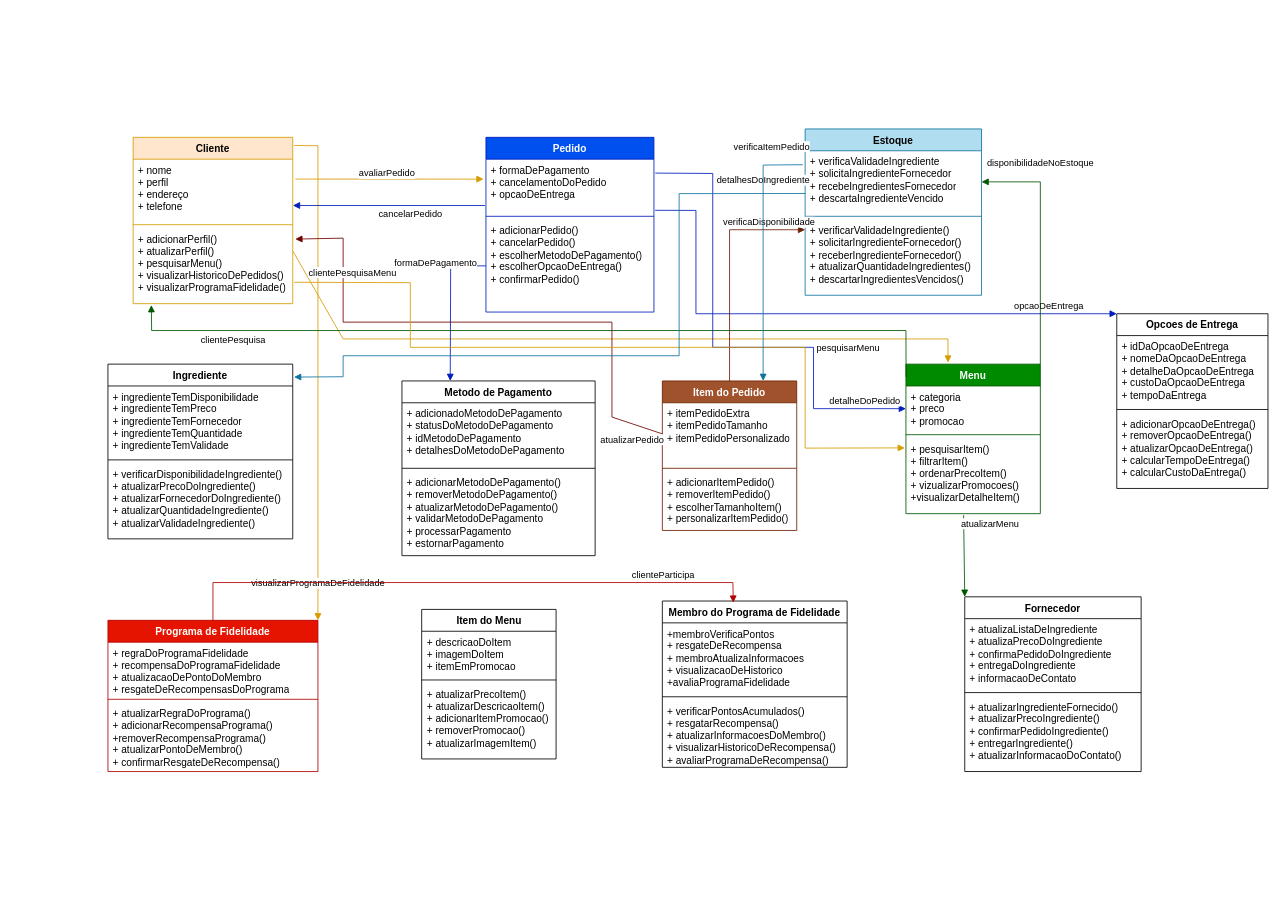
JORGEMELO21/StarupSequencial keeps this draw.io diagram as DiagramaDeClasses.drawio. Above is the earlier version. Source tidied: cells renumbered, new cells numbered last; positions are measured from the earlier drawing's top-left corner, leaving out a move shared by most shapes. Both pictures are drawn from the tidied source at 84%, with x=0, y=0 at pixel (108, 129).
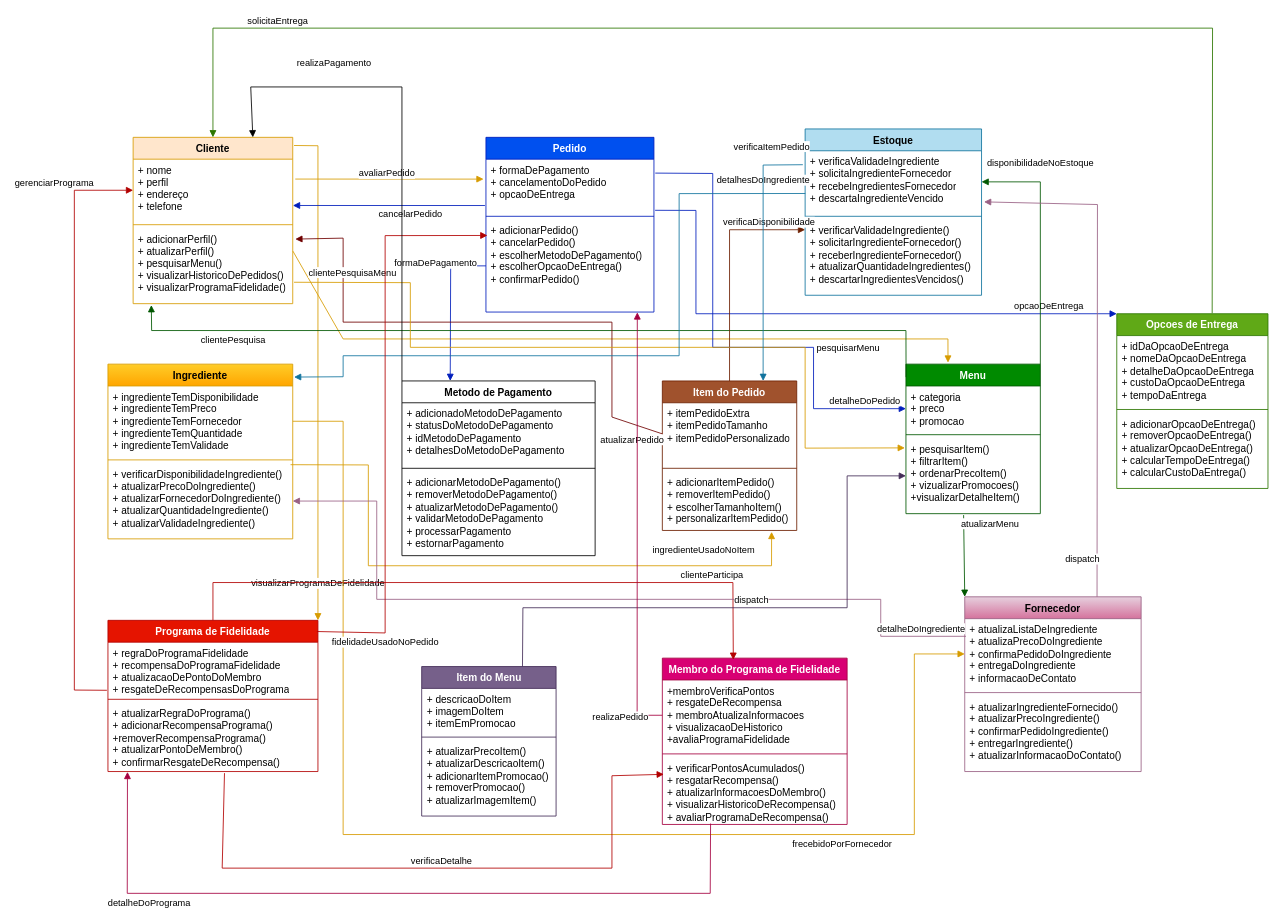
The same diagram, later.

Unchanged cells that the change refers to:
```xml
<mxCell id="2" value="Cliente" style="swimlane;fontStyle=1;align=center;verticalAlign=top;horizontal=1;startSize=26;whiteSpace=wrap;html=1;fillColor=#ffe6cc;strokeColor=#d79b00;" parent="1" vertex="1">
  <mxGeometry x="30" y="10" width="190" height="198" as="geometry" />
</mxCell>
<mxCell id="3" value="+ nome &lt;br&gt;+ perfil &lt;br&gt;+ endereço &lt;br&gt;+ telefone&lt;br&gt;" style="text;strokeColor=none;fillColor=none;align=left;verticalAlign=top;spacingLeft=4;spacingRight=4;overflow=hidden;points=[[0,0.5],[1,0.5]];portConstraint=eastwest;whiteSpace=wrap;html=1;" parent="2" vertex="1">
  <mxGeometry y="26" width="190" height="74" as="geometry" />
</mxCell>
<mxCell id="9" value="+ adicionarPedido() &lt;br&gt;+ cancelarPedido() &lt;br&gt;+ escolherMetodoDePagamento()&lt;br&gt;+ escolherOpcaoDeEntrega()&lt;br&gt;+ confirmarPedido()&lt;br&gt;" style="text;strokeColor=none;fillColor=none;align=left;verticalAlign=top;spacingLeft=4;spacingRight=4;overflow=hidden;points=[[0,0.5],[1,0.5]];portConstraint=eastwest;whiteSpace=wrap;html=1;" parent="6" vertex="1">
  <mxGeometry y="98" width="200" height="110" as="geometry" />
</mxCell>
<mxCell id="13" value="+ adicionarItemPedido()&lt;br&gt;+ removerItemPedido()&lt;br&gt;+ escolherTamanhoItem()&lt;br&gt;+ personalizarItemPedido()&lt;br&gt;" style="text;strokeColor=none;fillColor=none;align=left;verticalAlign=top;spacingLeft=4;spacingRight=4;overflow=hidden;points=[[0,0.5],[1,0.5]];portConstraint=eastwest;whiteSpace=wrap;html=1;" parent="10" vertex="1">
  <mxGeometry y="108" width="160" height="70" as="geometry" />
</mxCell>
<mxCell id="17" value="+ pesquisarItem()&lt;br&gt;+ filtrarItem()&lt;br&gt;+ ordenarPrecoItem()&lt;br&gt;+ vizualizarPromocoes()&lt;br&gt;+visualizarDetalheItem()&lt;br&gt;" style="text;strokeColor=none;fillColor=none;align=left;verticalAlign=top;spacingLeft=4;spacingRight=4;overflow=hidden;points=[[0,0.5],[1,0.5]];portConstraint=eastwest;whiteSpace=wrap;html=1;" parent="14" vertex="1">
  <mxGeometry y="88" width="160" height="90" as="geometry" />
</mxCell>
<mxCell id="23" value="+ verificaValidadeIngrediente&lt;br&gt;+ solicitaIngredienteFornecedor&lt;br&gt;+ recebeIngredientesFornecedor&lt;br&gt;+ descartaIngredienteVencido&lt;br&gt;" style="text;strokeColor=none;fillColor=none;align=left;verticalAlign=top;spacingLeft=4;spacingRight=4;overflow=hidden;points=[[0,0.5],[1,0.5]];portConstraint=eastwest;whiteSpace=wrap;html=1;" parent="22" vertex="1">
  <mxGeometry y="26" width="210" height="74" as="geometry" />
</mxCell>
<mxCell id="27" value="+ ingredienteTemDisponibilidade&lt;br&gt;+ ingredienteTemPreco&lt;br&gt;+ ingredienteTemFornecedor&lt;br&gt;+ ingredienteTemQuantidade&lt;br&gt;+ ingredienteTemValidade&lt;br&gt;" style="text;strokeColor=none;fillColor=none;align=left;verticalAlign=top;spacingLeft=4;spacingRight=4;overflow=hidden;points=[[0,0.5],[1,0.5]];portConstraint=eastwest;whiteSpace=wrap;html=1;" parent="26" vertex="1">
  <mxGeometry y="26" width="220" height="84" as="geometry" />
</mxCell>
<mxCell id="29" value="+ verificarDisponibilidadeIngrediente()&lt;br&gt;+ atualizarPrecoDoIngrediente()&lt;br&gt;+ atualizarFornecedorDoIngrediente()&lt;br&gt;+ atualizarQuantidadeIngrediente()&lt;br&gt;+ atualizarValidadeIngrediente()&lt;br&gt;" style="text;strokeColor=none;fillColor=none;align=left;verticalAlign=top;spacingLeft=4;spacingRight=4;overflow=hidden;points=[[0,0.5],[1,0.5]];portConstraint=eastwest;whiteSpace=wrap;html=1;" parent="26" vertex="1">
  <mxGeometry y="118" width="220" height="90" as="geometry" />
</mxCell>
<mxCell id="31" value="+ atualizaListaDeIngrediente&lt;br&gt;+ atualizaPrecoDoIngrediente&lt;br&gt;+ confirmaPedidoDoIngrediente&lt;br&gt;+ entregaDoIngrediente&lt;br&gt;+ informacaoDeContato&lt;br&gt;" style="text;strokeColor=none;fillColor=none;align=left;verticalAlign=top;spacingLeft=4;spacingRight=4;overflow=hidden;points=[[0,0.5],[1,0.5]];portConstraint=eastwest;whiteSpace=wrap;html=1;" parent="30" vertex="1">
  <mxGeometry y="26" width="210" height="84" as="geometry" />
</mxCell>
<mxCell id="34" value="Programa de Fidelidade" style="swimlane;fontStyle=1;align=center;verticalAlign=top;horizontal=1;startSize=26;whiteSpace=wrap;html=1;fillColor=#e51400;fontColor=#ffffff;strokeColor=#B20000;" parent="1" vertex="1">
  <mxGeometry y="585" width="250" height="180" as="geometry" />
</mxCell>
<mxCell id="35" value="+ regraDoProgramaFidelidade&lt;br&gt;+ recompensaDoProgramaFidelidade&lt;br&gt;+ atualizacaoDePontoDoMembro&lt;br&gt;+ resgateDeRecompensasDoPrograma&lt;br&gt;" style="text;strokeColor=none;fillColor=none;align=left;verticalAlign=top;spacingLeft=4;spacingRight=4;overflow=hidden;points=[[0,0.5],[1,0.5]];portConstraint=eastwest;whiteSpace=wrap;html=1;" parent="34" vertex="1">
  <mxGeometry y="26" width="250" height="64" as="geometry" />
</mxCell>
<mxCell id="37" value="+ atualizarRegraDoPrograma() &lt;br&gt;+ adicionarRecompensaPrograma()&lt;br&gt;+removerRecompensaPrograma()&lt;br&gt;+ atualizarPontoDeMembro()&lt;br&gt;+ confirmarResgateDeRecompensa()&lt;br&gt;" style="text;strokeColor=none;fillColor=none;align=left;verticalAlign=top;spacingLeft=4;spacingRight=4;overflow=hidden;points=[[0,0.5],[1,0.5]];portConstraint=eastwest;whiteSpace=wrap;html=1;" parent="34" vertex="1">
  <mxGeometry y="98" width="250" height="82" as="geometry" />
</mxCell>
<mxCell id="39" value="+membroVerificaPontos&lt;br&gt;+ resgateDeRecompensa&lt;br&gt;+ membroAtualizaInformacoes&lt;br&gt;+ visualizacaoDeHistorico&lt;br&gt;+avaliaProgramaFidelidade&lt;br&gt;" style="text;strokeColor=none;fillColor=none;align=left;verticalAlign=top;spacingLeft=4;spacingRight=4;overflow=hidden;points=[[0,0.5],[1,0.5]];portConstraint=eastwest;whiteSpace=wrap;html=1;" parent="38" vertex="1">
  <mxGeometry y="26" width="220" height="84" as="geometry" />
</mxCell>
<mxCell id="41" value="+ verificarPontosAcumulados() &lt;br&gt;+ resgatarRecompensa() &lt;br&gt;+ atualizarInformacoesDoMembro() &lt;br&gt;+ visualizarHistoricoDeRecompensa()&lt;br&gt;+ avaliarProgramaDeRecompensa()&lt;br&gt;" style="text;strokeColor=none;fillColor=none;align=left;verticalAlign=top;spacingLeft=4;spacingRight=4;overflow=hidden;points=[[0,0.5],[1,0.5]];portConstraint=eastwest;whiteSpace=wrap;html=1;" parent="38" vertex="1">
  <mxGeometry y="118" width="220" height="80" as="geometry" />
</mxCell>
<mxCell id="47" value="Metodo de Pagamento" style="swimlane;fontStyle=1;align=center;verticalAlign=top;horizontal=1;startSize=26;whiteSpace=wrap;html=1;" parent="1" vertex="1">
  <mxGeometry x="350" y="300" width="230" height="208" as="geometry" />
</mxCell>
```

Change to the diagram source:
```diff
@@
-    <mxCell id="18" value="Item do Menu" style="swimlane;fontStyle=1;align=center;verticalAlign=top;horizontal=1;startSize=26;whiteSpace=wrap;html=1;" parent="1" vertex="1">
-      <mxGeometry x="373.5" y="572" width="160" height="178" as="geometry" />
+    <mxCell id="18" value="Item do Menu" style="swimlane;fontStyle=1;align=center;verticalAlign=top;horizontal=1;startSize=26;whiteSpace=wrap;html=1;fillColor=#76608a;fontColor=#ffffff;strokeColor=#432D57;" parent="1" vertex="1">
+      <mxGeometry x="373.5" y="640" width="160" height="178" as="geometry" />
     </mxCell>
@@
-    <mxCell id="26" value="Ingrediente" style="swimlane;fontStyle=1;align=center;verticalAlign=top;horizontal=1;startSize=26;whiteSpace=wrap;html=1;" parent="1" vertex="1">
+    <mxCell id="26" value="Ingrediente" style="swimlane;fontStyle=1;align=center;verticalAlign=top;horizontal=1;startSize=26;whiteSpace=wrap;html=1;fillColor=#ffcd28;gradientColor=#ffa500;strokeColor=#d79b00;" parent="1" vertex="1">
       <mxGeometry y="280" width="220" height="208" as="geometry" />
     </mxCell>
@@
-    <mxCell id="30" value="Fornecedor" style="swimlane;fontStyle=1;align=center;verticalAlign=top;horizontal=1;startSize=26;whiteSpace=wrap;html=1;" parent="1" vertex="1">
+    <mxCell id="30" value="Fornecedor" style="swimlane;fontStyle=1;align=center;verticalAlign=top;horizontal=1;startSize=26;whiteSpace=wrap;html=1;fillColor=#e6d0de;gradientColor=#d5739d;strokeColor=#996185;" parent="1" vertex="1">
       <mxGeometry x="1020" y="557" width="210" height="208" as="geometry" />
     </mxCell>
@@
-    <mxCell id="38" value="Membro do Programa de Fidelidade" style="swimlane;fontStyle=1;align=center;verticalAlign=top;horizontal=1;startSize=26;whiteSpace=wrap;html=1;" parent="1" vertex="1">
-      <mxGeometry x="660" y="562" width="220" height="198" as="geometry" />
+    <mxCell id="38" value="Membro do Programa de Fidelidade" style="swimlane;fontStyle=1;align=center;verticalAlign=top;horizontal=1;startSize=26;whiteSpace=wrap;html=1;fillColor=#d80073;strokeColor=#A50040;fontColor=#ffffff;" parent="1" vertex="1">
+      <mxGeometry x="660" y="630" width="220" height="198" as="geometry" />
     </mxCell>
@@
-    <mxCell id="51" value="Opcoes de Entrega" style="swimlane;fontStyle=1;align=center;verticalAlign=top;horizontal=1;startSize=26;whiteSpace=wrap;html=1;" parent="1" vertex="1">
+    <mxCell id="51" value="Opcoes de Entrega" style="swimlane;fontStyle=1;align=center;verticalAlign=top;horizontal=1;startSize=26;whiteSpace=wrap;html=1;fillColor=#60a917;fontColor=#ffffff;strokeColor=#2D7600;" parent="1" vertex="1">
       <mxGeometry x="1201" y="220" width="180" height="208" as="geometry" />
     </mxCell>
@@
+    <mxCell id="67" value="frecebidoPorFornecedor" style="html=1;verticalAlign=bottom;endArrow=block;curved=0;rounded=0;exitX=1;exitY=0.5;exitDx=0;exitDy=0;entryX=0;entryY=0.5;entryDx=0;entryDy=0;fillColor=#ffcd28;gradientColor=#ffa500;strokeColor=#d79b00;" parent="1" edge="1" source="27" target="31">
+      <mxGeometry x="0.52" y="-20" relative="1" as="geometry">
+        <Array as="points">
+          <mxPoint x="280" y="348" />
+          <mxPoint x="280" y="840" />
+          <mxPoint x="960" y="840" />
+          <mxPoint x="960" y="625" />
+        </Array>
+        <mxPoint x="1" as="offset" />
+      </mxGeometry>
+    </mxCell>
+    <mxCell id="68" value="ingredienteUsadoNoItem" style="html=1;verticalAlign=bottom;endArrow=block;curved=0;rounded=0;exitX=0.988;exitY=0.019;exitDx=0;exitDy=0;exitPerimeter=0;entryX=0.813;entryY=1.024;entryDx=0;entryDy=0;entryPerimeter=0;fillColor=#ffcd28;gradientColor=#ffa500;strokeColor=#d79b00;" parent="1" edge="1" source="29" target="13">
+      <mxGeometry x="0.67" y="10" relative="1" as="geometry">
+        <Array as="points">
+          <mxPoint x="310" y="400" />
+          <mxPoint x="310" y="520" />
+          <mxPoint x="790" y="520" />
+        </Array>
+      </mxGeometry>
+    </mxCell>
+    <mxCell id="69" value="dispatch" style="html=1;verticalAlign=bottom;endArrow=block;curved=0;rounded=0;exitX=0.75;exitY=0;exitDx=0;exitDy=0;entryX=1.014;entryY=0.822;entryDx=0;entryDy=0;entryPerimeter=0;fillColor=#e6d0de;gradientColor=#d5739d;strokeColor=#996185;" parent="1" edge="1" source="30" target="23">
+      <mxGeometry x="-0.88" y="18" relative="1" as="geometry">
+        <Array as="points">
+          <mxPoint x="1178" y="90" />
+        </Array>
+      </mxGeometry>
+    </mxCell>
+    <mxCell id="70" value="detalheDoIngrediente" style="html=1;verticalAlign=bottom;endArrow=block;curved=0;rounded=0;exitX=0.007;exitY=0.25;exitDx=0;exitDy=0;exitPerimeter=0;entryX=1;entryY=0.5;entryDx=0;entryDy=0;fillColor=#e6d0de;gradientColor=#d5739d;strokeColor=#996185;" parent="1" edge="1" source="31" target="29">
+      <mxGeometry x="-0.89" relative="1" as="geometry">
+        <Array as="points">
+          <mxPoint x="920" y="604" />
+          <mxPoint x="920" y="560" />
+          <mxPoint x="320" y="560" />
+          <mxPoint x="320" y="443" />
+        </Array>
+      </mxGeometry>
+    </mxCell>
+    <mxCell id="71" value="gerenciarPrograma" style="html=1;verticalAlign=bottom;endArrow=block;curved=0;rounded=0;exitX=-0.005;exitY=0.895;exitDx=0;exitDy=0;exitPerimeter=0;entryX=0;entryY=0.5;entryDx=0;entryDy=0;fillColor=#e51400;strokeColor=#B20000;" parent="1" edge="1" source="35" target="3">
+      <mxGeometry x="0.8" y="23" relative="1" as="geometry">
+        <Array as="points">
+          <mxPoint x="-40" y="668" />
+          <mxPoint x="-40" y="73" />
+        </Array>
+        <mxPoint x="-1" as="offset" />
+      </mxGeometry>
+    </mxCell>
+    <mxCell id="72" value="dispatch" style="html=1;verticalAlign=bottom;endArrow=block;curved=0;rounded=0;exitX=0.75;exitY=0;exitDx=0;exitDy=0;entryX=0;entryY=0.5;entryDx=0;entryDy=0;fillColor=#76608a;strokeColor=#432D57;" parent="1" edge="1" source="18" target="17">
+      <mxGeometry relative="1" as="geometry">
+        <Array as="points">
+          <mxPoint x="494" y="570" />
+          <mxPoint x="880" y="570" />
+          <mxPoint x="880" y="413" />
+        </Array>
+      </mxGeometry>
+    </mxCell>
+    <mxCell id="73" value="verificaDetalhe" style="html=1;verticalAlign=bottom;endArrow=block;curved=0;rounded=0;entryX=0.008;entryY=0.254;entryDx=0;entryDy=0;entryPerimeter=0;fillColor=#e51400;strokeColor=#B20000;exitX=0.555;exitY=1.023;exitDx=0;exitDy=0;exitPerimeter=0;" parent="1" edge="1" source="37" target="41">
+      <mxGeometry relative="1" as="geometry">
+        <Array as="points">
+          <mxPoint x="136" y="880" />
+          <mxPoint x="600" y="880" />
+          <mxPoint x="600" y="770" />
+        </Array>
+      </mxGeometry>
+    </mxCell>
+    <mxCell id="74" value="fidelidadeUsadoNoPedido" style="html=1;verticalAlign=bottom;endArrow=block;curved=0;rounded=0;exitX=0.995;exitY=0.074;exitDx=0;exitDy=0;exitPerimeter=0;fillColor=#e51400;strokeColor=#B20000;entryX=0.009;entryY=0.171;entryDx=0;entryDy=0;entryPerimeter=0;" parent="1" edge="1" source="34" target="9">
+      <mxGeometry x="-0.76" y="-20" relative="1" as="geometry">
+        <Array as="points">
+          <mxPoint x="330" y="600" />
+          <mxPoint x="330" y="127" />
+        </Array>
+        <mxPoint x="-20" y="20" as="offset" />
+      </mxGeometry>
+    </mxCell>
+    <mxCell id="75" value="detalheDoPrograma" style="html=1;verticalAlign=bottom;endArrow=block;curved=0;rounded=0;fillColor=#d80073;strokeColor=#A50040;exitX=0.261;exitY=0.986;exitDx=0;exitDy=0;exitPerimeter=0;entryX=0.093;entryY=1.005;entryDx=0;entryDy=0;entryPerimeter=0;" parent="1" edge="1" source="41" target="37">
+      <mxGeometry x="0.63" y="20" relative="1" as="geometry">
+        <Array as="points">
+          <mxPoint x="717" y="910" />
+          <mxPoint x="23" y="910" />
+        </Array>
+      </mxGeometry>
+    </mxCell>
+    <mxCell id="76" value="realizaPedido" style="html=1;verticalAlign=bottom;endArrow=block;curved=0;rounded=0;fillColor=#d80073;strokeColor=#A50040;exitX=0;exitY=0.5;exitDx=0;exitDy=0;entryX=0.901;entryY=1.003;entryDx=0;entryDy=0;entryPerimeter=0;" parent="1" edge="1" source="39" target="9">
+      <mxGeometry x="-0.88" y="23" relative="1" as="geometry">
+        <Array as="points">
+          <mxPoint x="630" y="698" />
+        </Array>
+        <mxPoint x="3" y="12" as="offset" />
+      </mxGeometry>
+    </mxCell>
+    <mxCell id="77" value="realizaPagamento" style="html=1;verticalAlign=bottom;endArrow=block;curved=0;rounded=0;exitX=0;exitY=0;exitDx=0;exitDy=0;entryX=0.75;entryY=0;entryDx=0;entryDy=0;" parent="1" edge="1" source="47" target="2">
+      <mxGeometry x="0.46" y="-20" relative="1" as="geometry">
+        <Array as="points">
+          <mxPoint x="350" y="-50" />
+          <mxPoint x="170" y="-50" />
+        </Array>
+      </mxGeometry>
+    </mxCell>
+    <mxCell id="78" value="solicitaEntrega" style="html=1;verticalAlign=bottom;endArrow=block;curved=0;rounded=0;exitX=0.631;exitY=-0.003;exitDx=0;exitDy=0;exitPerimeter=0;entryX=0.5;entryY=0;entryDx=0;entryDy=0;fillColor=#60a917;strokeColor=#2D7600;" parent="1" edge="1" source="51" target="2">
+      <mxGeometry x="0.75" relative="1" as="geometry">
+        <Array as="points">
+          <mxPoint x="1315" y="-120" />
+          <mxPoint x="125" y="-120" />
+        </Array>
+      </mxGeometry>
+    </mxCell>
```
